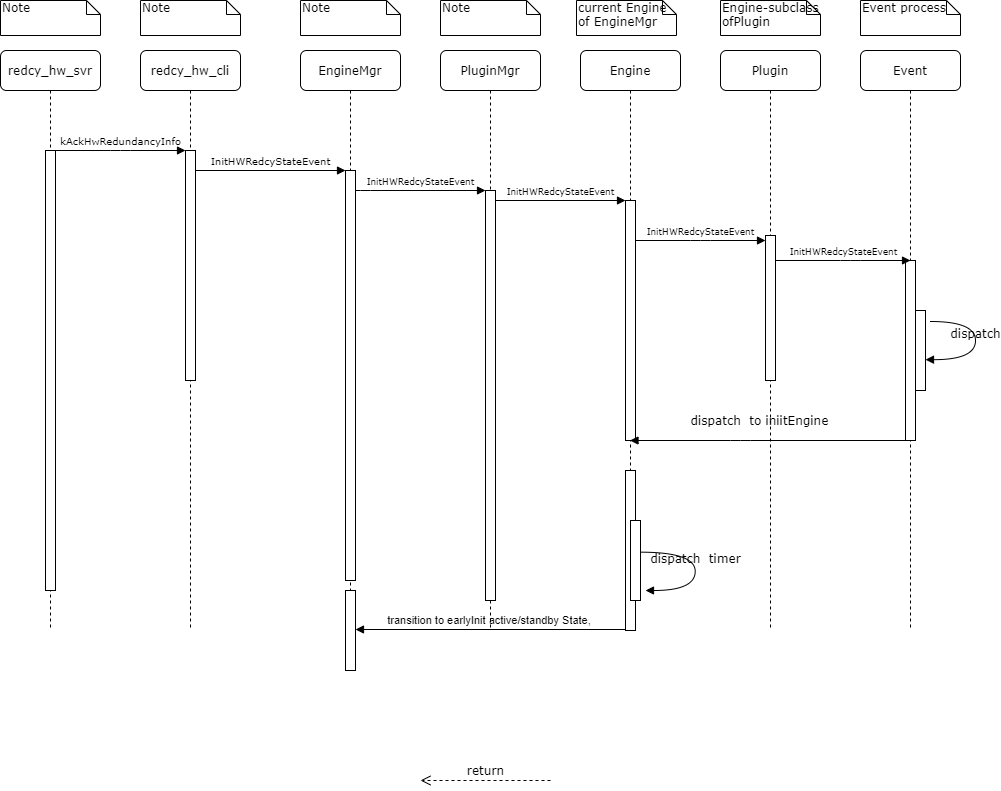
This is UML/StartRedundancy.png from Steve888888/FN-Redundancy, a draw.io export, as it was before one commit. Source tidied: cells renumbered, new cells last; positions are measured from the earlier drawing's top-left corner, leaving out a move shared by most shapes.
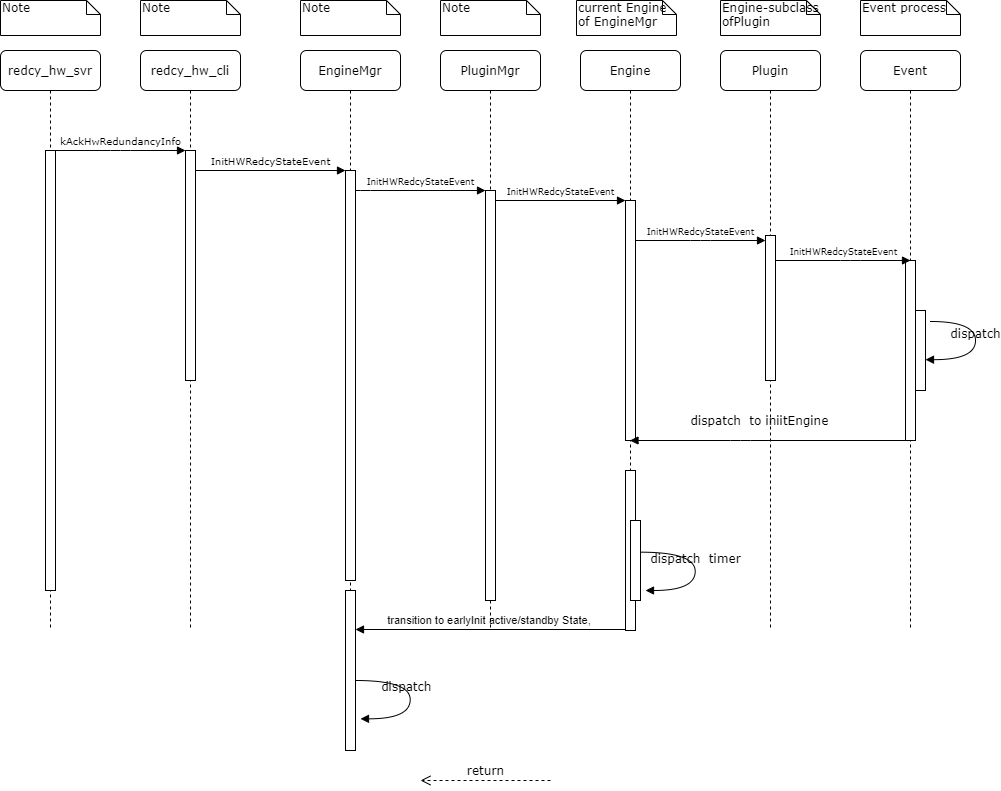
Later version of the same file.

Change to the diagram source:
```diff
@@ -150,7 +150,17 @@
       <mxGeometry x="630" y="520" width="10" height="80" as="geometry" />
     </mxCell>
     <mxCell id="37" style="html=1;perimeter=orthogonalPerimeter;" parent="1" vertex="1">
-      <mxGeometry x="345" y="590" width="10" height="80" as="geometry" />
+      <mxGeometry x="345" y="590" width="10" height="160" as="geometry" />
     </mxCell>
+    <mxCell id="38" value="dispatch&amp;nbsp;&amp;nbsp;" style="html=1;verticalAlign=bottom;endArrow=block;labelBackgroundColor=none;fontFamily=Verdana;fontSize=12;elbow=vertical;edgeStyle=orthogonalEdgeStyle;curved=1;entryX=1;entryY=0.286;entryPerimeter=0;exitX=1.038;exitY=0.345;exitPerimeter=0;" parent="1" edge="1">
+      <mxGeometry relative="1" as="geometry">
+        <mxPoint x="355" y="680" as="sourcePoint" />
+        <mxPoint x="360" y="718.3" as="targetPoint" />
+        <Array as="points">
+          <mxPoint x="409.7" y="680" />
+          <mxPoint x="409.7" y="718" />
+        </Array>
+      </mxGeometry>
+    </mxCell>
   </root>
 </mxGraphModel>
```
